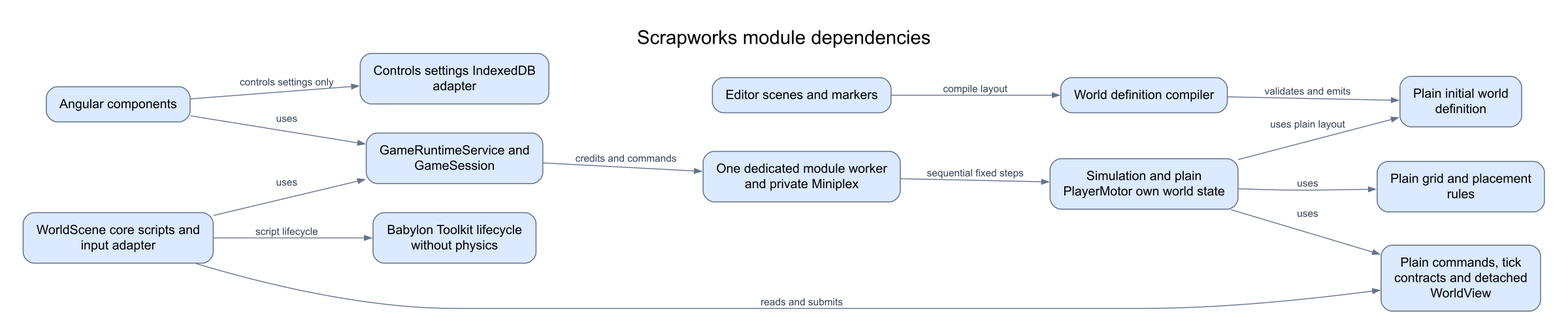
Above: docs/diagrams/module-dependencies.png in Googlproxer/Scrapworks (Mermaid), before the change. Its source is kept beside it as docs/diagrams/src/module-dependencies.mmd.
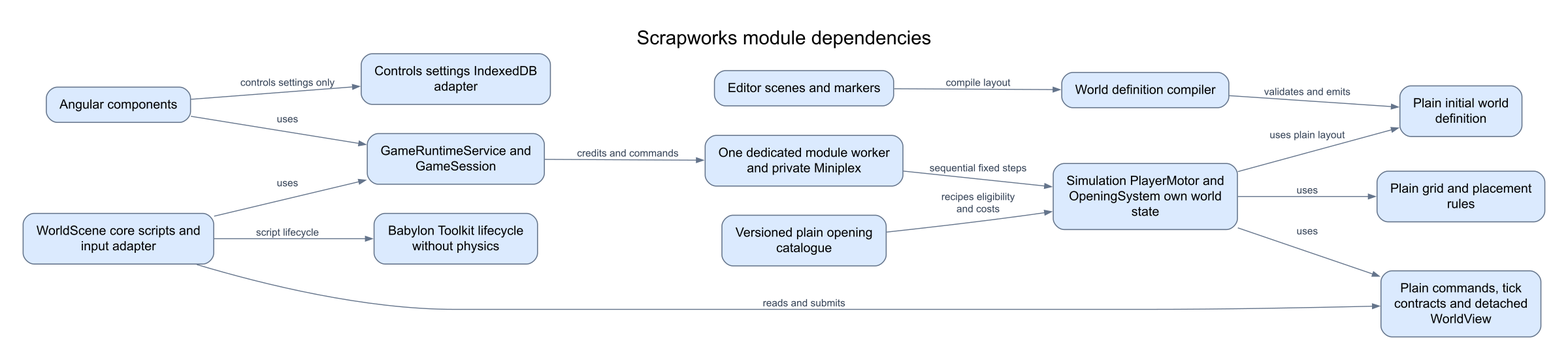
Later version of the same file.

The edit, as a diff of the source:
```diff
@@ -6,7 +6,8 @@
     Compiler[World definition compiler]
     Definition[Plain initial world definition]
     Application[GameRuntimeService and GameSession]
-    Simulation[Simulation and plain PlayerMotor own world state]
+    Simulation[Simulation PlayerMotor and OpeningSystem own world state]
+    Content[Versioned plain opening catalogue]
     Grid[Plain grid and placement rules]
     Model[Plain commands, tick contracts and detached WorldView]
     Settings[Controls settings IndexedDB adapter]
@@ -21,6 +22,7 @@
     Application -->|credits and commands| Worker
     Worker -->|sequential fixed steps| Simulation
     Angular -->|controls settings only| Settings
+    Content -->|recipes eligibility and costs| Simulation
     Simulation -->|uses| Grid
     Simulation -->|uses| Model
     Babylon -->|reads and submits| Model
```
